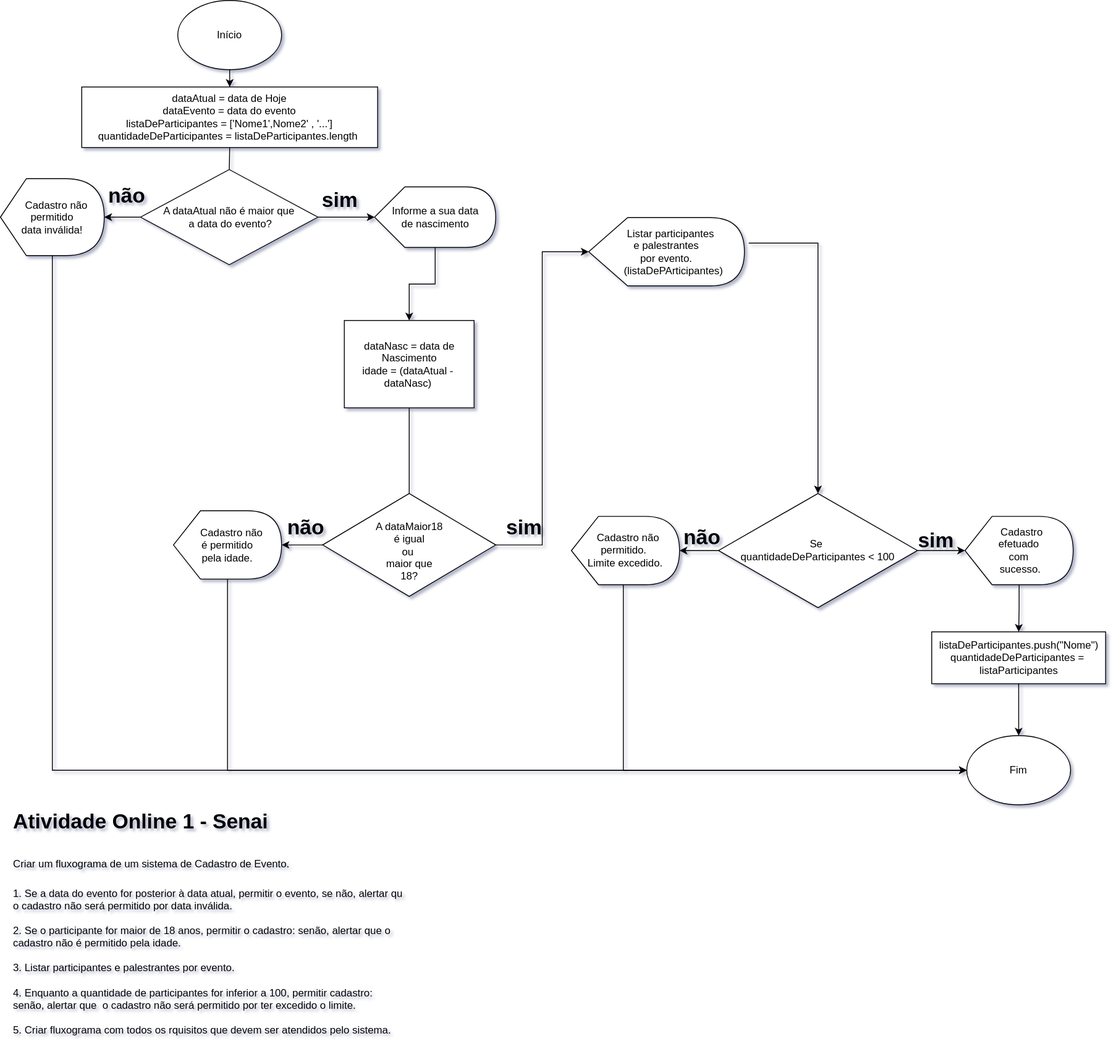
vanderpolezel/UC08_L-gica_de_Programa-o_Senai_FullSatck keeps this draw.io diagram as atividade01/atividade online - fluxograma.svg. Above is the earlier version. Source tidied: cells renumbered, new cells last; positions are measured from the earlier drawing's top-left corner, leaving out a move shared by most shapes.
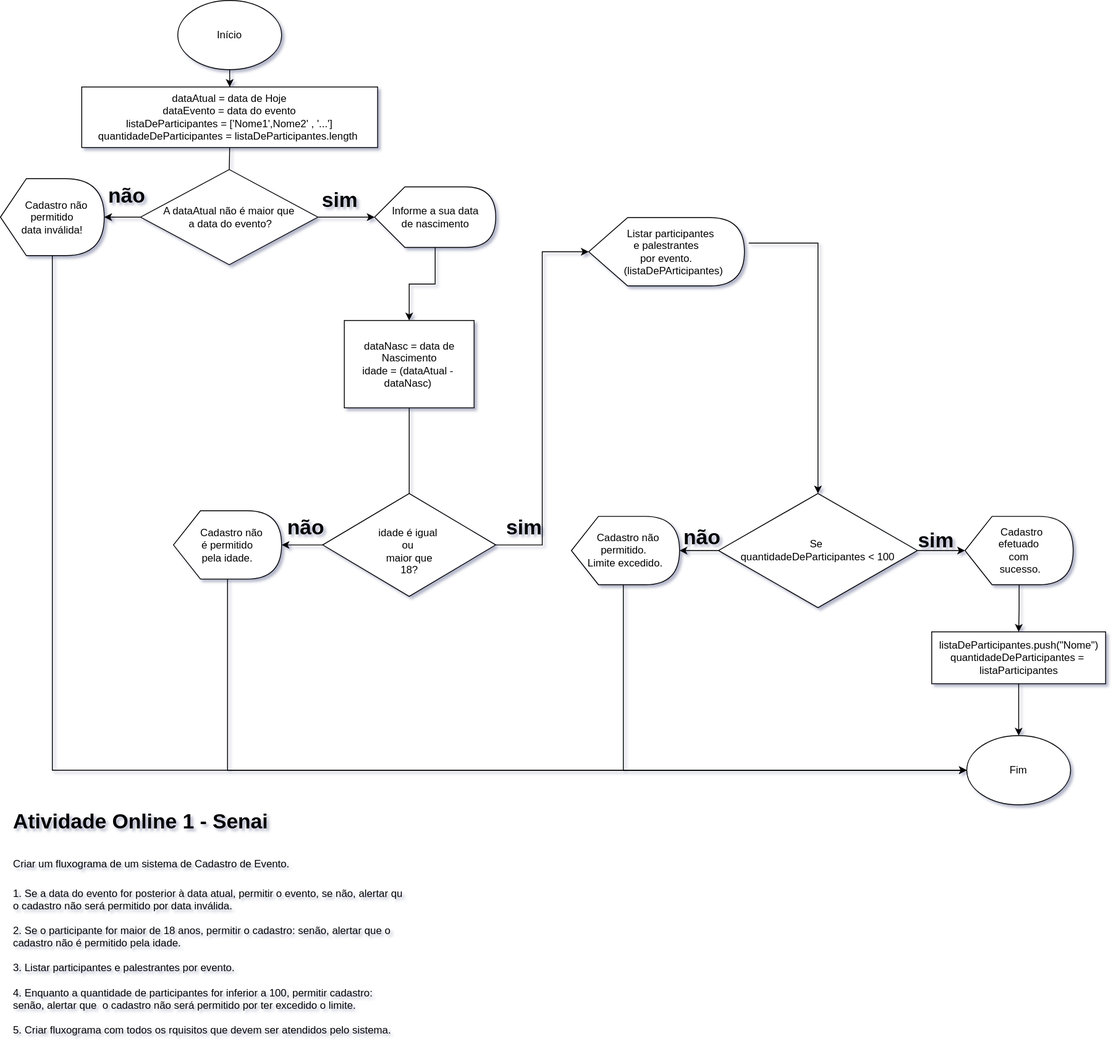
The same diagram one commit later.

What changed in the source:
```diff
@@ -47,7 +47,7 @@
     <mxCell id="14" style="edgeStyle=orthogonalEdgeStyle;rounded=0;jettySize=auto;html=1;entryX=0;entryY=0.5;entryDx=0;entryDy=0;entryPerimeter=0;" parent="1" edge="1" source="15" target="19">
       <mxGeometry relative="1" as="geometry" />
     </mxCell>
-    <mxCell id="15" value="&lt;br&gt;A dataMaior18&lt;br&gt;&amp;nbsp;é igual&amp;nbsp;&lt;br&gt;ou&amp;nbsp;&lt;br&gt;maior que&lt;br&gt;18?" style="rhombus;whiteSpace=wrap;html=1;" parent="1" vertex="1">
+    <mxCell id="15" value="&lt;br&gt;idade é igual&amp;nbsp;&lt;br&gt;ou&amp;nbsp;&lt;br&gt;maior que&lt;br&gt;18?" style="rhombus;whiteSpace=wrap;html=1;" parent="1" vertex="1">
       <mxGeometry x="372.5" y="570" width="200" height="119" as="geometry" />
     </mxCell>
     <mxCell id="16" style="edgeStyle=orthogonalEdgeStyle;rounded=0;jettySize=auto;html=1;entryX=0;entryY=0.5;entryDx=0;entryDy=0;" parent="1" edge="1" source="17" target="29">
```
